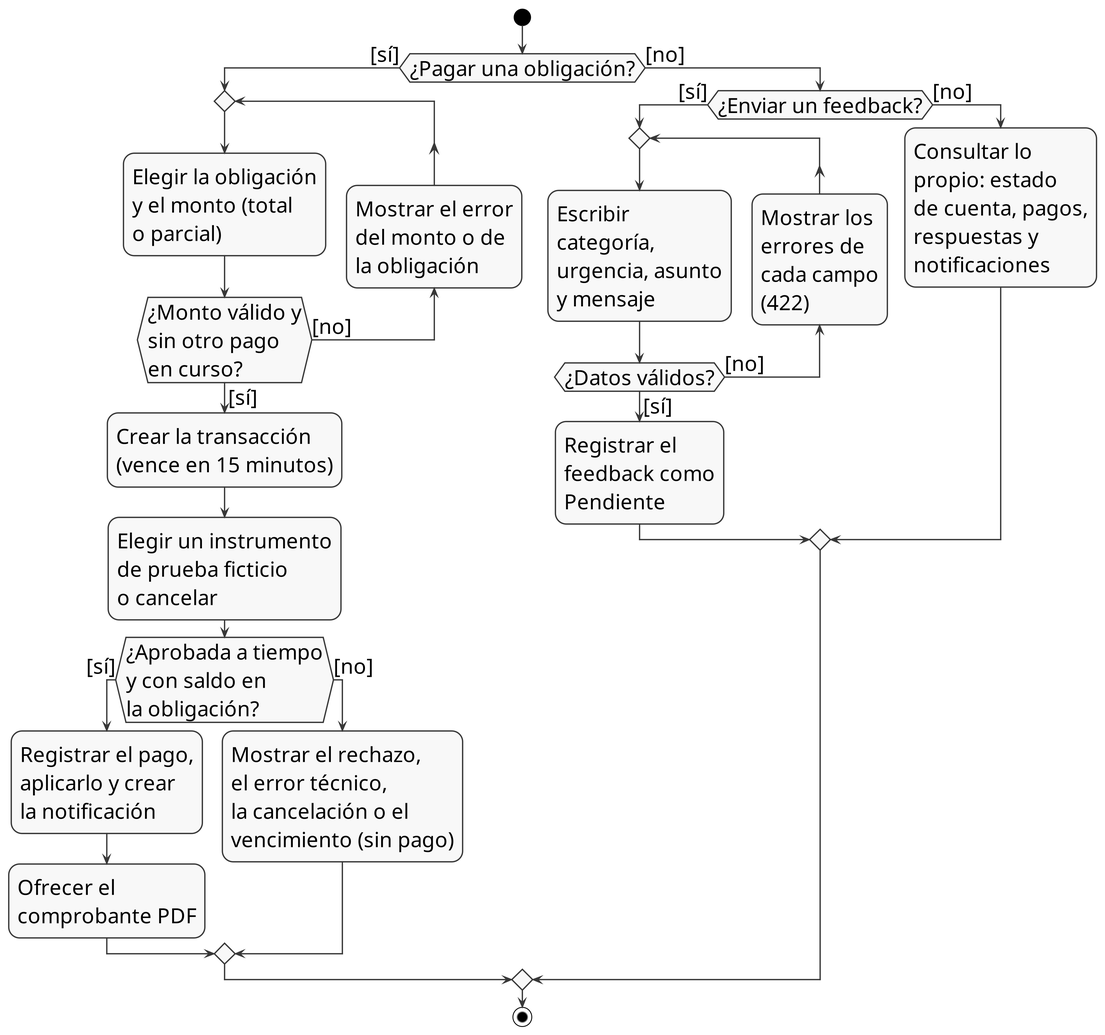
yilberDev/SoftPh-Academico keeps this PlantUML diagram as docs/entrega-objetivos/actividades/actividades-residente-parte2.png. Above is the earlier version. Its source is kept beside it as docs/entrega-objetivos/actividades/actividades-residente-parte2.puml.
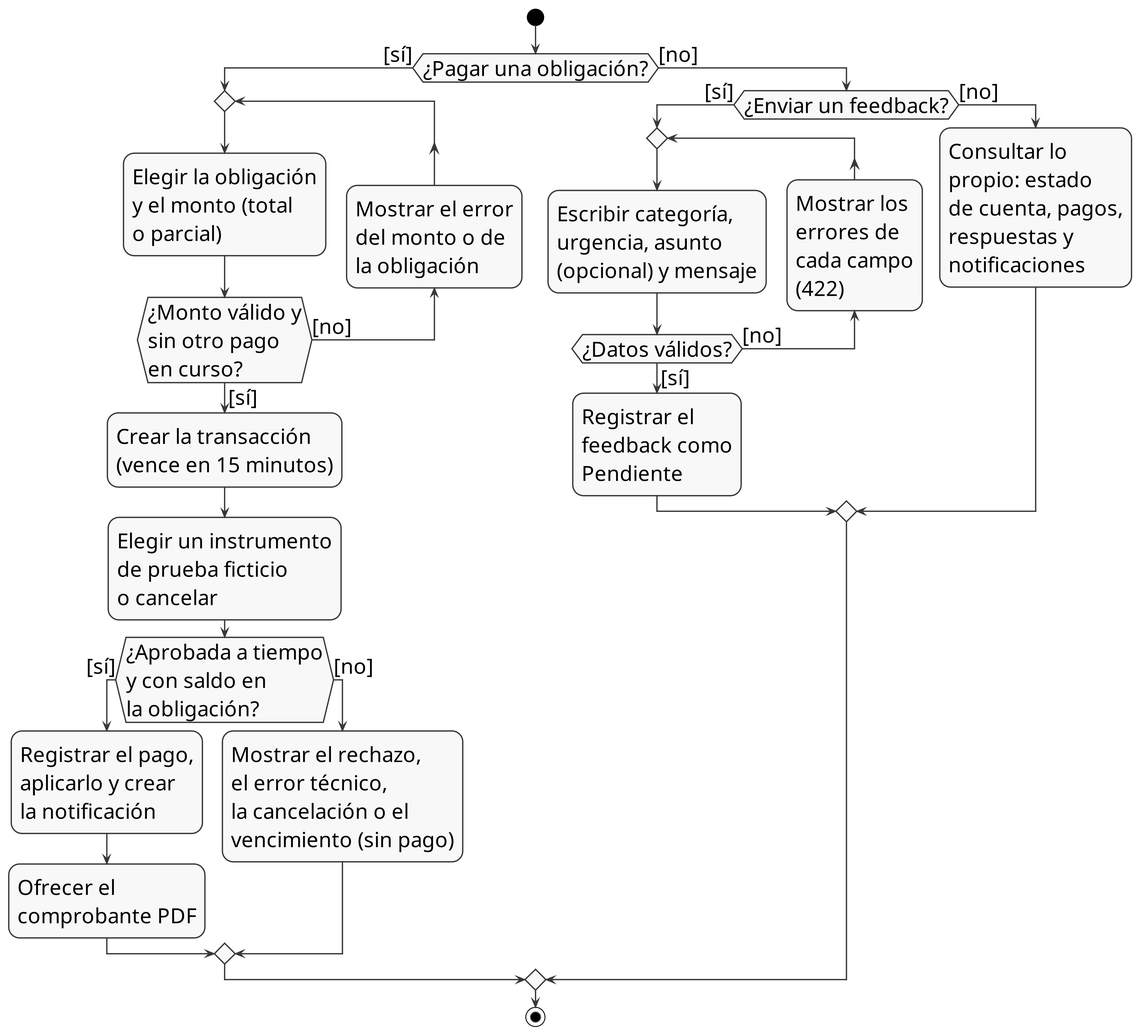
After the change.

What changed in the source:
```diff
@@ -24,7 +24,7 @@
 else ([no])
   if (¿Enviar un feedback?) then ([sí])
     repeat
-      :Escribir\ncategoría,\nurgencia, asunto\ny mensaje;
+      :Escribir categoría,\nurgencia, asunto\n(opcional) y mensaje;
     backward:Mostrar los\nerrores de\ncada campo\n(422);
     repeat while (¿Datos válidos?) is ([no]) not ([sí])
     :Registrar el\nfeedback como\nPendiente;
```
